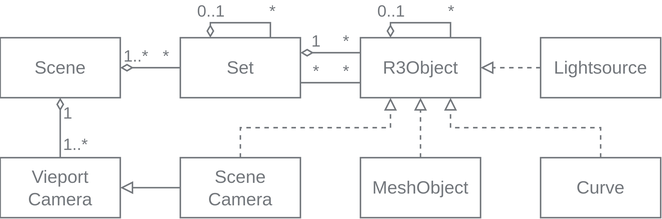
Earlier version of the draw.io export wiki/MetaSceneGraph.svg (YoanWithY/kayo). Source tidied: cells renumbered, new cells last; positions are measured from the earlier drawing's top-left corner, leaving out a move shared by most shapes.
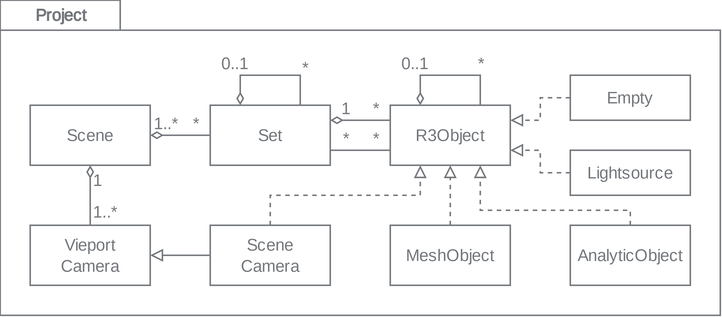
Later version of the same file.

Diff of the diagram source:
```diff
@@ -2,13 +2,21 @@
   <root>
     <mxCell id="0" />
     <mxCell id="1" parent="0" />
+    <mxCell id="33" value="Project" style="shape=folder;fontStyle=1;tabWidth=80;tabHeight=20;tabPosition=left;html=1;boundedLbl=1;labelInHeader=1;labelBackgroundColor=none;labelBorderColor=none;fontFamily=Noto Sans;fontSize=11;fontColor=#74787d;fillColor=none;strokeColor=#74787d;rounded=0;fontSource=https%3A%2F%2Ffonts.googleapis.com%2Fcss%3Ffamily%3DNoto%2BSans;noLabel=0;comic=0;enumerate=0;" parent="1" vertex="1">
+      <mxGeometry x="-20" y="-60" width="480" height="210" as="geometry" />
+    </mxCell>
+    <mxCell id="34" style="html=1;strokeColor=none;fillColor=none;labelBackgroundColor=none;labelBorderColor=none;fontFamily=Noto Sans;fontSize=11;fontColor=#74787d;rounded=0;fontSource=https%3A%2F%2Ffonts.googleapis.com%2Fcss%3Ffamily%3DNoto%2BSans;" parent="33" vertex="1">
+      <mxGeometry width="480" height="147" relative="1" as="geometry">
+        <mxPoint y="30" as="offset" />
+      </mxGeometry>
+    </mxCell>
-    <mxCell id="2" value="Scene" style="whiteSpace=wrap;html=1;align=center;fillColor=none;fontColor=#74787D;strokeColor=#74787D;labelBackgroundColor=none;" parent="1" vertex="1">
+    <mxCell id="2" value="Scene" style="whiteSpace=wrap;html=1;align=center;fillColor=none;fontColor=#74787D;strokeColor=#74787D;labelBackgroundColor=none;rounded=0;fontFamily=Noto Sans;fontSource=https%3A%2F%2Ffonts.googleapis.com%2Fcss%3Ffamily%3DNoto%2BSans;fontSize=11;" parent="1" vertex="1">
       <mxGeometry y="10" width="80" height="40" as="geometry" />
     </mxCell>
-    <mxCell id="3" value="Set" style="whiteSpace=wrap;html=1;align=center;fillColor=none;fontColor=#74787D;strokeColor=#74787D;labelBackgroundColor=none;" parent="1" vertex="1">
+    <mxCell id="3" value="Set" style="whiteSpace=wrap;html=1;align=center;fillColor=none;fontColor=#74787D;strokeColor=#74787D;labelBackgroundColor=none;rounded=0;fontFamily=Noto Sans;fontSource=https%3A%2F%2Ffonts.googleapis.com%2Fcss%3Ffamily%3DNoto%2BSans;fontSize=11;" parent="1" vertex="1">
       <mxGeometry x="120" y="10" width="80" height="40" as="geometry" />
     </mxCell>
-    <mxCell id="4" style="edgeStyle=orthogonalEdgeStyle;fontSize=12;html=1;endArrow=none;startArrow=diamondThin;rounded=0;startFill=0;fontColor=#74787D;strokeColor=#74787D;endFill=0;" parent="1" edge="1" source="2" target="3">
+    <mxCell id="4" style="edgeStyle=orthogonalEdgeStyle;fontSize=11;html=1;endArrow=none;startArrow=diamondThin;rounded=0;startFill=0;fontColor=#74787D;strokeColor=#74787D;endFill=0;fontFamily=Noto Sans;fontSource=https%3A%2F%2Ffonts.googleapis.com%2Fcss%3Ffamily%3DNoto%2BSans;" parent="1" edge="1" source="2" target="3">
       <mxGeometry relative="1" as="geometry">
         <Array as="points">
           <mxPoint x="110" y="30" />
@@ -16,103 +24,103 @@
         </Array>
       </mxGeometry>
     </mxCell>
-    <mxCell id="5" value="1..*" style="edgeLabel;html=1;align=center;verticalAlign=bottom;fontColor=#74787D;labelBackgroundColor=none;" parent="4" vertex="1">
+    <mxCell id="5" value="1..*" style="edgeLabel;html=1;align=center;verticalAlign=bottom;fontColor=#74787D;labelBackgroundColor=none;rounded=0;fontFamily=Noto Sans;fontSource=https%3A%2F%2Ffonts.googleapis.com%2Fcss%3Ffamily%3DNoto%2BSans;fontSize=11;" parent="4" vertex="1">
       <mxGeometry x="-0.65" relative="1" as="geometry">
         <mxPoint x="3" as="offset" />
       </mxGeometry>
     </mxCell>
-    <mxCell id="6" value="R3Object" style="whiteSpace=wrap;html=1;align=center;fillColor=none;fontColor=#74787D;strokeColor=#74787D;labelBackgroundColor=none;" parent="1" vertex="1">
+    <mxCell id="6" value="R3Object" style="whiteSpace=wrap;html=1;align=center;fillColor=none;fontColor=#74787D;strokeColor=#74787D;labelBackgroundColor=none;rounded=0;fontFamily=Noto Sans;fontSource=https%3A%2F%2Ffonts.googleapis.com%2Fcss%3Ffamily%3DNoto%2BSans;fontSize=11;" parent="1" vertex="1">
       <mxGeometry x="240" y="10" width="80" height="40" as="geometry" />
     </mxCell>
-    <mxCell id="7" style="edgeStyle=orthogonalEdgeStyle;fontSize=12;html=1;endArrow=none;startArrow=diamondThin;rounded=0;startFill=0;fontColor=#74787D;strokeColor=#74787D;endFill=0;entryX=0;entryY=0.25;entryDx=0;entryDy=0;exitX=1;exitY=0.25;exitDx=0;exitDy=0;" parent="1" edge="1" source="3" target="6">
+    <mxCell id="7" style="edgeStyle=orthogonalEdgeStyle;fontSize=11;html=1;endArrow=none;startArrow=diamondThin;rounded=0;startFill=0;fontColor=#74787D;strokeColor=#74787D;endFill=0;entryX=0;entryY=0.25;entryDx=0;entryDy=0;exitX=1;exitY=0.25;exitDx=0;exitDy=0;fontFamily=Noto Sans;fontSource=https%3A%2F%2Ffonts.googleapis.com%2Fcss%3Ffamily%3DNoto%2BSans;" parent="1" edge="1" source="3" target="6">
       <mxGeometry relative="1" as="geometry" />
     </mxCell>
-    <mxCell id="8" value="1" style="edgeLabel;html=1;align=center;verticalAlign=bottom;fontSize=11;fontFamily=Helvetica;fontColor=#74787D;labelBackgroundColor=none;" parent="7" vertex="1">
+    <mxCell id="8" value="1" style="edgeLabel;html=1;align=center;verticalAlign=bottom;fontSize=11;fontFamily=Noto Sans;fontColor=#74787D;labelBackgroundColor=none;rounded=0;fontSource=https%3A%2F%2Ffonts.googleapis.com%2Fcss%3Ffamily%3DNoto%2BSans;" parent="7" vertex="1">
       <mxGeometry x="-0.4" relative="1" as="geometry">
         <mxPoint x="-2" as="offset" />
       </mxGeometry>
     </mxCell>
-    <mxCell id="9" value="*" style="edgeLabel;html=1;align=center;verticalAlign=bottom;fontSize=11;fontFamily=Helvetica;fontColor=#74787D;labelBackgroundColor=none;" parent="7" vertex="1">
+    <mxCell id="9" value="*" style="edgeLabel;html=1;align=center;verticalAlign=bottom;fontSize=11;fontFamily=Noto Sans;fontColor=#74787D;labelBackgroundColor=none;rounded=0;fontSource=https%3A%2F%2Ffonts.googleapis.com%2Fcss%3Ffamily%3DNoto%2BSans;" parent="7" vertex="1">
       <mxGeometry x="0.63" y="1" relative="1" as="geometry">
         <mxPoint x="-3" y="1" as="offset" />
       </mxGeometry>
     </mxCell>
-    <mxCell id="10" value="*" style="edgeLabel;html=1;align=center;verticalAlign=bottom;fontColor=#74787D;labelBackgroundColor=none;labelBorderColor=none;" parent="1" vertex="1">
+    <mxCell id="10" value="*" style="edgeLabel;html=1;align=center;verticalAlign=bottom;fontColor=#74787D;labelBackgroundColor=none;labelBorderColor=none;rounded=0;fontFamily=Noto Sans;fontSource=https%3A%2F%2Ffonts.googleapis.com%2Fcss%3Ffamily%3DNoto%2BSans;fontSize=11;" parent="1" vertex="1">
       <mxGeometry x="110" y="30" as="geometry" />
     </mxCell>
-    <mxCell id="11" style="edgeStyle=orthogonalEdgeStyle;fontSize=12;html=1;endArrow=none;startArrow=diamondThin;rounded=0;startFill=0;fontColor=#74787D;strokeColor=#74787D;endFill=0;exitX=0.25;exitY=0;exitDx=0;exitDy=0;entryX=0.75;entryY=0;entryDx=0;entryDy=0;" parent="1" edge="1" source="3" target="3">
+    <mxCell id="11" style="edgeStyle=orthogonalEdgeStyle;fontSize=11;html=1;endArrow=none;startArrow=diamondThin;rounded=0;startFill=0;fontColor=#74787D;strokeColor=#74787D;endFill=0;exitX=0.25;exitY=0;exitDx=0;exitDy=0;entryX=0.75;entryY=0;entryDx=0;entryDy=0;fontFamily=Noto Sans;fontSource=https%3A%2F%2Ffonts.googleapis.com%2Fcss%3Ffamily%3DNoto%2BSans;" parent="1" edge="1" source="3" target="3">
       <mxGeometry relative="1" as="geometry">
         <Array as="points">
-          <mxPoint x="140" />
-          <mxPoint x="180" />
+          <mxPoint x="140" y="-10" />
+          <mxPoint x="180" y="-10" />
         </Array>
       </mxGeometry>
     </mxCell>
-    <mxCell id="12" value="0..1" style="edgeLabel;html=1;align=center;verticalAlign=bottom;fontSize=11;fontFamily=Helvetica;fontColor=#74787D;labelBackgroundColor=none;" parent="11" vertex="1">
+    <mxCell id="12" value="0..1" style="edgeLabel;html=1;align=center;verticalAlign=bottom;fontSize=11;fontFamily=Noto Sans;fontColor=#74787D;labelBackgroundColor=none;rounded=0;fontSource=https%3A%2F%2Ffonts.googleapis.com%2Fcss%3Ffamily%3DNoto%2BSans;" parent="11" vertex="1">
       <mxGeometry x="-0.4" relative="1" as="geometry">
         <mxPoint x="-8" as="offset" />
       </mxGeometry>
     </mxCell>
-    <mxCell id="13" value="*" style="edgeLabel;html=1;align=center;verticalAlign=bottom;fontSize=11;fontFamily=Helvetica;fontColor=#74787D;labelBackgroundColor=none;" parent="11" vertex="1">
+    <mxCell id="13" value="*" style="edgeLabel;html=1;align=center;verticalAlign=bottom;fontSize=11;fontFamily=Noto Sans;fontColor=#74787D;labelBackgroundColor=none;rounded=0;fontSource=https%3A%2F%2Ffonts.googleapis.com%2Fcss%3Ffamily%3DNoto%2BSans;" parent="11" vertex="1">
       <mxGeometry x="0.58" relative="1" as="geometry">
         <mxPoint x="3" as="offset" />
       </mxGeometry>
     </mxCell>
-    <mxCell id="14" style="edgeStyle=orthogonalEdgeStyle;fontSize=12;html=1;endArrow=none;startArrow=diamondThin;rounded=0;startFill=0;fontColor=#74787D;strokeColor=#74787D;endFill=0;exitX=0.25;exitY=0;exitDx=0;exitDy=0;entryX=0.75;entryY=0;entryDx=0;entryDy=0;" parent="1" edge="1" source="6" target="6">
+    <mxCell id="14" style="edgeStyle=orthogonalEdgeStyle;fontSize=11;html=1;endArrow=none;startArrow=diamondThin;rounded=0;startFill=0;fontColor=#74787D;strokeColor=#74787D;endFill=0;exitX=0.25;exitY=0;exitDx=0;exitDy=0;entryX=0.75;entryY=0;entryDx=0;entryDy=0;fontFamily=Noto Sans;fontSource=https%3A%2F%2Ffonts.googleapis.com%2Fcss%3Ffamily%3DNoto%2BSans;" parent="1" edge="1" source="6" target="6">
       <mxGeometry relative="1" as="geometry">
         <Array as="points">
-          <mxPoint x="280" />
-          <mxPoint x="320" />
+          <mxPoint x="260" y="-10" />
+          <mxPoint x="300" y="-10" />
         </Array>
       </mxGeometry>
     </mxCell>
-    <mxCell id="15" value="0..1" style="edgeLabel;html=1;align=center;verticalAlign=bottom;fontSize=11;fontFamily=Helvetica;fontColor=#74787D;labelBackgroundColor=none;" parent="14" vertex="1">
+    <mxCell id="15" value="0..1" style="edgeLabel;html=1;align=center;verticalAlign=bottom;fontSize=11;fontFamily=Noto Sans;fontColor=#74787D;labelBackgroundColor=none;rounded=0;fontSource=https%3A%2F%2Ffonts.googleapis.com%2Fcss%3Ffamily%3DNoto%2BSans;" parent="14" vertex="1">
       <mxGeometry x="-0.4" relative="1" as="geometry">
         <mxPoint x="-8" as="offset" />
       </mxGeometry>
     </mxCell>
-    <mxCell id="16" value="*" style="edgeLabel;html=1;align=center;verticalAlign=bottom;fontSize=11;fontFamily=Helvetica;fontColor=#74787D;labelBackgroundColor=none;" parent="14" vertex="1">
+    <mxCell id="16" value="*" style="edgeLabel;html=1;align=center;verticalAlign=bottom;fontSize=11;fontFamily=Noto Sans;fontColor=#74787D;labelBackgroundColor=none;rounded=0;fontSource=https%3A%2F%2Ffonts.googleapis.com%2Fcss%3Ffamily%3DNoto%2BSans;" parent="14" vertex="1">
       <mxGeometry x="0.67" y="1" relative="1" as="geometry">
-        <mxPoint x="-1" as="offset" />
+        <mxPoint x="-1" y="-6" as="offset" />
       </mxGeometry>
     </mxCell>
-    <mxCell id="17" style="edgeStyle=orthogonalEdgeStyle;fontSize=12;html=1;endArrow=none;startArrow=none;rounded=0;startFill=0;fontColor=#74787D;strokeColor=#74787D;endFill=0;entryX=0;entryY=0.75;entryDx=0;entryDy=0;exitX=1;exitY=0.75;exitDx=0;exitDy=0;" parent="1" edge="1" source="3" target="6">
+    <mxCell id="17" style="edgeStyle=orthogonalEdgeStyle;fontSize=11;html=1;endArrow=none;startArrow=none;rounded=0;startFill=0;fontColor=#74787D;strokeColor=#74787D;endFill=0;entryX=0;entryY=0.75;entryDx=0;entryDy=0;exitX=1;exitY=0.75;exitDx=0;exitDy=0;fontFamily=Noto Sans;fontSource=https%3A%2F%2Ffonts.googleapis.com%2Fcss%3Ffamily%3DNoto%2BSans;" parent="1" edge="1" source="3" target="6">
       <mxGeometry relative="1" as="geometry" />
     </mxCell>
-    <mxCell id="18" value="*" style="edgeLabel;html=1;align=center;verticalAlign=bottom;fontSize=11;fontFamily=Helvetica;fontColor=#74787D;labelBackgroundColor=none;" parent="17" vertex="1">
+    <mxCell id="18" value="*" style="edgeLabel;html=1;align=center;verticalAlign=bottom;fontSize=11;fontFamily=Noto Sans;fontColor=#74787D;labelBackgroundColor=none;rounded=0;fontSource=https%3A%2F%2Ffonts.googleapis.com%2Fcss%3Ffamily%3DNoto%2BSans;" parent="17" vertex="1">
       <mxGeometry x="-0.4" relative="1" as="geometry">
         <mxPoint x="-2" as="offset" />
       </mxGeometry>
     </mxCell>
-    <mxCell id="19" value="*" style="edgeLabel;html=1;align=center;verticalAlign=bottom;fontSize=11;fontFamily=Helvetica;fontColor=#74787D;labelBackgroundColor=none;" parent="17" vertex="1">
+    <mxCell id="19" value="*" style="edgeLabel;html=1;align=center;verticalAlign=bottom;fontSize=11;fontFamily=Noto Sans;fontColor=#74787D;labelBackgroundColor=none;rounded=0;fontSource=https%3A%2F%2Ffonts.googleapis.com%2Fcss%3Ffamily%3DNoto%2BSans;" parent="17" vertex="1">
       <mxGeometry x="0.63" y="1" relative="1" as="geometry">
         <mxPoint x="-3" y="1" as="offset" />
       </mxGeometry>
     </mxCell>
-    <mxCell id="20" style="edgeStyle=orthogonalEdgeStyle;fontSize=12;html=1;endArrow=none;startArrow=diamondThin;rounded=0;startFill=0;fontColor=#74787D;strokeColor=#74787D;endFill=0;" parent="1" edge="1" source="2" target="23">
+    <mxCell id="20" style="edgeStyle=orthogonalEdgeStyle;fontSize=11;html=1;endArrow=none;startArrow=diamondThin;rounded=0;startFill=0;fontColor=#74787D;strokeColor=#74787D;endFill=0;fontFamily=Noto Sans;fontSource=https%3A%2F%2Ffonts.googleapis.com%2Fcss%3Ffamily%3DNoto%2BSans;" parent="1" edge="1" source="2" target="23">
       <mxGeometry relative="1" as="geometry">
         <Array as="points">
           <mxPoint x="40" y="110" />
         </Array>
       </mxGeometry>
     </mxCell>
-    <mxCell id="21" value="1" style="edgeLabel;html=1;align=left;verticalAlign=middle;fontColor=#74787D;labelBackgroundColor=none;" parent="20" vertex="1">
+    <mxCell id="21" value="1" style="edgeLabel;html=1;align=left;verticalAlign=middle;fontColor=#74787D;labelBackgroundColor=none;rounded=0;fontFamily=Noto Sans;fontSource=https%3A%2F%2Ffonts.googleapis.com%2Fcss%3Ffamily%3DNoto%2BSans;fontSize=11;" parent="20" vertex="1">
       <mxGeometry x="-0.65" relative="1" as="geometry">
         <mxPoint y="3" as="offset" />
       </mxGeometry>
     </mxCell>
-    <mxCell id="22" value="1..*" style="edgeLabel;align=left;verticalAlign=middle;fontSize=11;fontFamily=Helvetica;fontColor=#74787d;labelBackgroundColor=none;labelBorderColor=none;html=1;" parent="20" vertex="1">
+    <mxCell id="22" value="1..*" style="edgeLabel;align=left;verticalAlign=middle;fontSize=11;fontFamily=Noto Sans;fontColor=#74787d;labelBackgroundColor=none;labelBorderColor=none;html=1;rounded=0;fontSource=https%3A%2F%2Ffonts.googleapis.com%2Fcss%3Ffamily%3DNoto%2BSans;" parent="20" vertex="1">
       <mxGeometry x="0.92" y="1" relative="1" as="geometry">
         <mxPoint x="-1" y="-8" as="offset" />
       </mxGeometry>
     </mxCell>
-    <mxCell id="23" value="Vieport&lt;br&gt;Camera" style="whiteSpace=wrap;html=1;align=center;fillColor=none;fontColor=#74787D;strokeColor=#74787D;labelBackgroundColor=none;" parent="1" vertex="1">
+    <mxCell id="23" value="Vieport&lt;br style=&quot;font-size: 11px;&quot;&gt;Camera" style="whiteSpace=wrap;html=1;align=center;fillColor=none;fontColor=#74787D;strokeColor=#74787D;labelBackgroundColor=none;rounded=0;fontFamily=Noto Sans;fontSource=https%3A%2F%2Ffonts.googleapis.com%2Fcss%3Ffamily%3DNoto%2BSans;fontSize=11;" parent="1" vertex="1">
       <mxGeometry y="90" width="80" height="40" as="geometry" />
     </mxCell>
-    <mxCell id="24" style="edgeStyle=orthogonalEdgeStyle;shape=connector;rounded=0;html=1;labelBackgroundColor=default;strokeColor=#74787d;fontFamily=Helvetica;fontSize=11;fontColor=#74787d;endArrow=block;endFill=0;" parent="1" edge="1" source="26" target="23">
+    <mxCell id="24" style="edgeStyle=orthogonalEdgeStyle;shape=connector;rounded=0;html=1;labelBackgroundColor=default;strokeColor=#74787d;fontFamily=Noto Sans;fontSize=11;fontColor=#74787d;endArrow=block;endFill=0;fontSource=https%3A%2F%2Ffonts.googleapis.com%2Fcss%3Ffamily%3DNoto%2BSans;" parent="1" edge="1" source="26" target="23">
       <mxGeometry relative="1" as="geometry" />
     </mxCell>
-    <mxCell id="25" style="edgeStyle=orthogonalEdgeStyle;shape=connector;rounded=0;html=1;labelBackgroundColor=default;strokeColor=#74787d;fontFamily=Helvetica;fontSize=11;fontColor=#74787d;endArrow=block;endFill=0;dashed=1;entryX=0.25;entryY=1;entryDx=0;entryDy=0;" parent="1" edge="1" source="26" target="6">
+    <mxCell id="25" style="edgeStyle=orthogonalEdgeStyle;shape=connector;rounded=0;html=1;labelBackgroundColor=default;strokeColor=#74787d;fontFamily=Noto Sans;fontSize=11;fontColor=#74787d;endArrow=block;endFill=0;dashed=1;entryX=0.25;entryY=1;entryDx=0;entryDy=0;fontSource=https%3A%2F%2Ffonts.googleapis.com%2Fcss%3Ffamily%3DNoto%2BSans;" parent="1" edge="1" source="26" target="6">
       <mxGeometry relative="1" as="geometry">
         <Array as="points">
           <mxPoint x="160" y="70" />
@@ -120,36 +128,37 @@
         </Array>
       </mxGeometry>
     </mxCell>
-    <mxCell id="26" value="Scene&lt;br&gt;Camera" style="whiteSpace=wrap;html=1;align=center;fillColor=none;fontColor=#74787D;strokeColor=#74787D;labelBackgroundColor=none;" parent="1" vertex="1">
+    <mxCell id="26" value="Scene&lt;br style=&quot;font-size: 11px;&quot;&gt;Camera" style="whiteSpace=wrap;html=1;align=center;fillColor=none;fontColor=#74787D;strokeColor=#74787D;labelBackgroundColor=none;rounded=0;fontFamily=Noto Sans;fontSource=https%3A%2F%2Ffonts.googleapis.com%2Fcss%3Ffamily%3DNoto%2BSans;fontSize=11;" parent="1" vertex="1">
       <mxGeometry x="120" y="90" width="80" height="40" as="geometry" />
     </mxCell>
-    <mxCell id="27" style="edgeStyle=orthogonalEdgeStyle;shape=connector;rounded=0;html=1;labelBackgroundColor=default;strokeColor=#74787d;fontFamily=Helvetica;fontSize=11;fontColor=#74787d;endArrow=block;endFill=0;dashed=1;" parent="1" edge="1" source="28" target="6">
+    <mxCell id="27" style="edgeStyle=orthogonalEdgeStyle;shape=connector;rounded=0;html=1;labelBackgroundColor=default;strokeColor=#74787d;fontFamily=Noto Sans;fontSize=11;fontColor=#74787d;endArrow=block;endFill=0;dashed=1;fontSource=https%3A%2F%2Ffonts.googleapis.com%2Fcss%3Ffamily%3DNoto%2BSans;" parent="1" edge="1" source="28" target="6">
       <mxGeometry relative="1" as="geometry" />
     </mxCell>
-    <mxCell id="28" value="MeshObject" style="whiteSpace=wrap;html=1;align=center;fillColor=none;fontColor=#74787D;strokeColor=#74787D;labelBackgroundColor=none;" parent="1" vertex="1">
+    <mxCell id="28" value="MeshObject" style="whiteSpace=wrap;html=1;align=center;fillColor=none;fontColor=#74787D;strokeColor=#74787D;labelBackgroundColor=none;rounded=0;fontFamily=Noto Sans;fontSource=https%3A%2F%2Ffonts.googleapis.com%2Fcss%3Ffamily%3DNoto%2BSans;fontSize=11;" parent="1" vertex="1">
       <mxGeometry x="240" y="90" width="80" height="40" as="geometry" />
     </mxCell>
-    <mxCell id="29" value="Lightsource" style="whiteSpace=wrap;html=1;align=center;fillColor=none;fontColor=#74787D;strokeColor=#74787D;labelBackgroundColor=none;" parent="1" vertex="1">
-      <mxGeometry x="360" y="10" width="80" height="40" as="geometry" />
+    <mxCell id="29" value="Lightsource" style="whiteSpace=wrap;html=1;align=center;fillColor=none;fontColor=#74787D;strokeColor=#74787D;labelBackgroundColor=none;rounded=0;fontFamily=Noto Sans;fontSource=https%3A%2F%2Ffonts.googleapis.com%2Fcss%3Ffamily%3DNoto%2BSans;fontSize=11;" parent="1" vertex="1">
+      <mxGeometry x="360" y="40" width="80" height="30" as="geometry" />
     </mxCell>
-    <mxCell id="30" style="edgeStyle=orthogonalEdgeStyle;shape=connector;rounded=0;html=1;labelBackgroundColor=default;strokeColor=#74787d;fontFamily=Helvetica;fontSize=11;fontColor=#74787d;endArrow=block;endFill=0;dashed=1;" parent="1" edge="1" source="29" target="6">
-      <mxGeometry relative="1" as="geometry">
-        <Array as="points">
-          <mxPoint x="340" y="30" />
-          <mxPoint x="340" y="30" />
-        </Array>
-      </mxGeometry>
+    <mxCell id="30" style="edgeStyle=orthogonalEdgeStyle;shape=connector;rounded=0;html=1;labelBackgroundColor=default;strokeColor=#74787d;fontFamily=Noto Sans;fontSize=11;fontColor=#74787d;endArrow=block;endFill=0;dashed=1;entryX=1;entryY=0.75;entryDx=0;entryDy=0;fontSource=https%3A%2F%2Ffonts.googleapis.com%2Fcss%3Ffamily%3DNoto%2BSans;" parent="1" edge="1" source="29" target="6">
+      <mxGeometry relative="1" as="geometry" />
     </mxCell>
-    <mxCell id="31" value="Curve" style="whiteSpace=wrap;html=1;align=center;fillColor=none;fontColor=#74787D;strokeColor=#74787D;labelBackgroundColor=none;" parent="1" vertex="1">
+    <mxCell id="31" value="AnalyticObject" style="whiteSpace=wrap;html=1;align=center;fillColor=none;fontColor=#74787D;strokeColor=#74787D;labelBackgroundColor=none;rounded=0;fontFamily=Noto Sans;fontSource=https%3A%2F%2Ffonts.googleapis.com%2Fcss%3Ffamily%3DNoto%2BSans;fontSize=11;" parent="1" vertex="1">
       <mxGeometry x="360" y="90" width="80" height="40" as="geometry" />
     </mxCell>
-    <mxCell id="32" style="edgeStyle=orthogonalEdgeStyle;shape=connector;rounded=0;html=1;labelBackgroundColor=default;strokeColor=#74787d;fontFamily=Helvetica;fontSize=11;fontColor=#74787d;endArrow=block;endFill=0;dashed=1;entryX=0.75;entryY=1;entryDx=0;entryDy=0;" parent="1" edge="1" source="31" target="6">
+    <mxCell id="32" style="edgeStyle=orthogonalEdgeStyle;shape=connector;rounded=0;html=1;labelBackgroundColor=default;strokeColor=#74787d;fontFamily=Noto Sans;fontSize=11;fontColor=#74787d;endArrow=block;endFill=0;dashed=1;entryX=0.75;entryY=1;entryDx=0;entryDy=0;fontSource=https%3A%2F%2Ffonts.googleapis.com%2Fcss%3Ffamily%3DNoto%2BSans;" parent="1" edge="1" source="31" target="6">
       <mxGeometry relative="1" as="geometry">
         <Array as="points">
-          <mxPoint x="400" y="70" />
-          <mxPoint x="300" y="70" />
+          <mxPoint x="400" y="80" />
+          <mxPoint x="300" y="80" />
         </Array>
       </mxGeometry>
     </mxCell>
+    <mxCell id="35" value="Empty" style="whiteSpace=wrap;html=1;align=center;fillColor=none;fontColor=#74787D;strokeColor=#74787D;labelBackgroundColor=none;rounded=0;fontFamily=Noto Sans;fontSource=https%3A%2F%2Ffonts.googleapis.com%2Fcss%3Ffamily%3DNoto%2BSans;fontSize=11;" parent="1" vertex="1">
+      <mxGeometry x="360" y="-10" width="80" height="30" as="geometry" />
+    </mxCell>
+    <mxCell id="36" style="edgeStyle=orthogonalEdgeStyle;shape=connector;rounded=0;html=1;labelBackgroundColor=default;strokeColor=#74787d;fontFamily=Noto Sans;fontSize=11;fontColor=#74787d;endArrow=block;endFill=0;dashed=1;entryX=1;entryY=0.25;entryDx=0;entryDy=0;fontSource=https%3A%2F%2Ffonts.googleapis.com%2Fcss%3Ffamily%3DNoto%2BSans;" parent="1" edge="1" source="35" target="6">
+      <mxGeometry relative="1" as="geometry" />
+    </mxCell>
   </root>
 </mxGraphModel>
```
